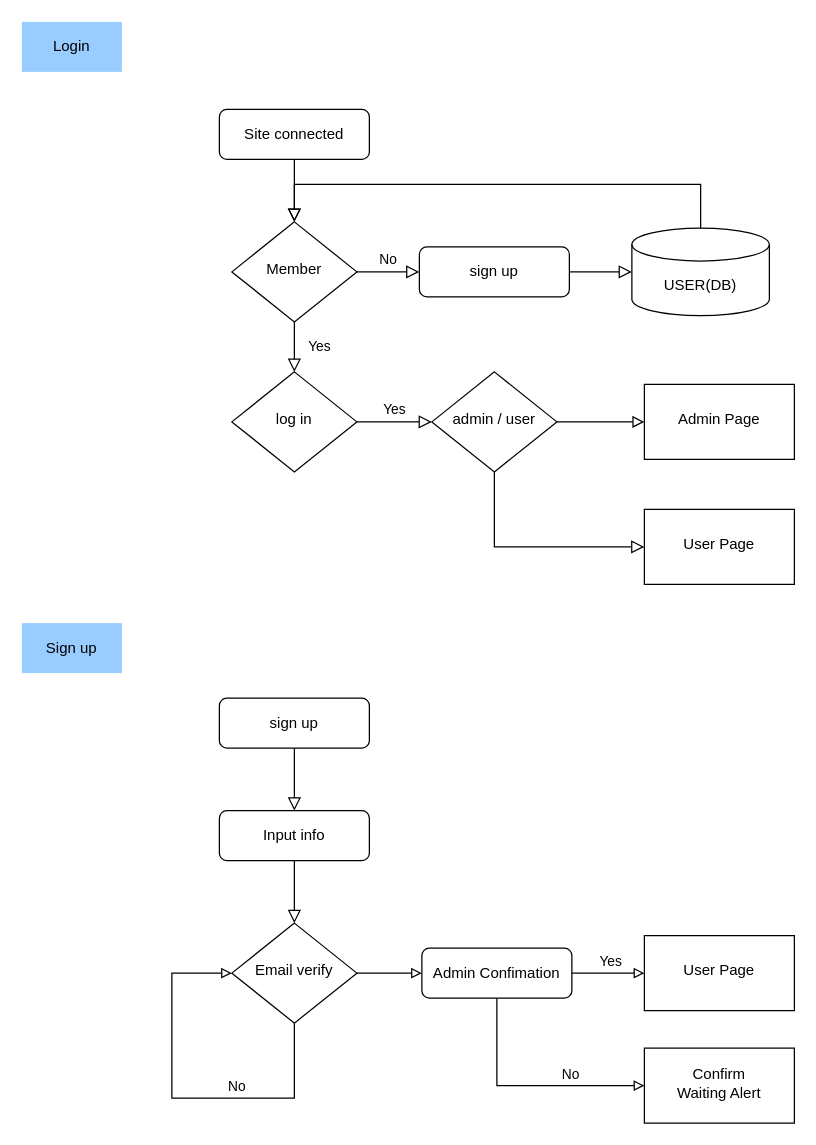
Seonjeongwan/SEONSHINE keeps this draw.io diagram as page "common" (1 of 3) of project_info/Service_flow/service_flow_login.drawio. Above is the earlier version. Source tidied: cells renumbered, new cells numbered last; positions are measured from the earlier drawing's top-left corner, leaving out a move shared by most shapes. Both pictures are drawn from the tidied source at 125%, with x=0, y=0 at pixel (21, 21).
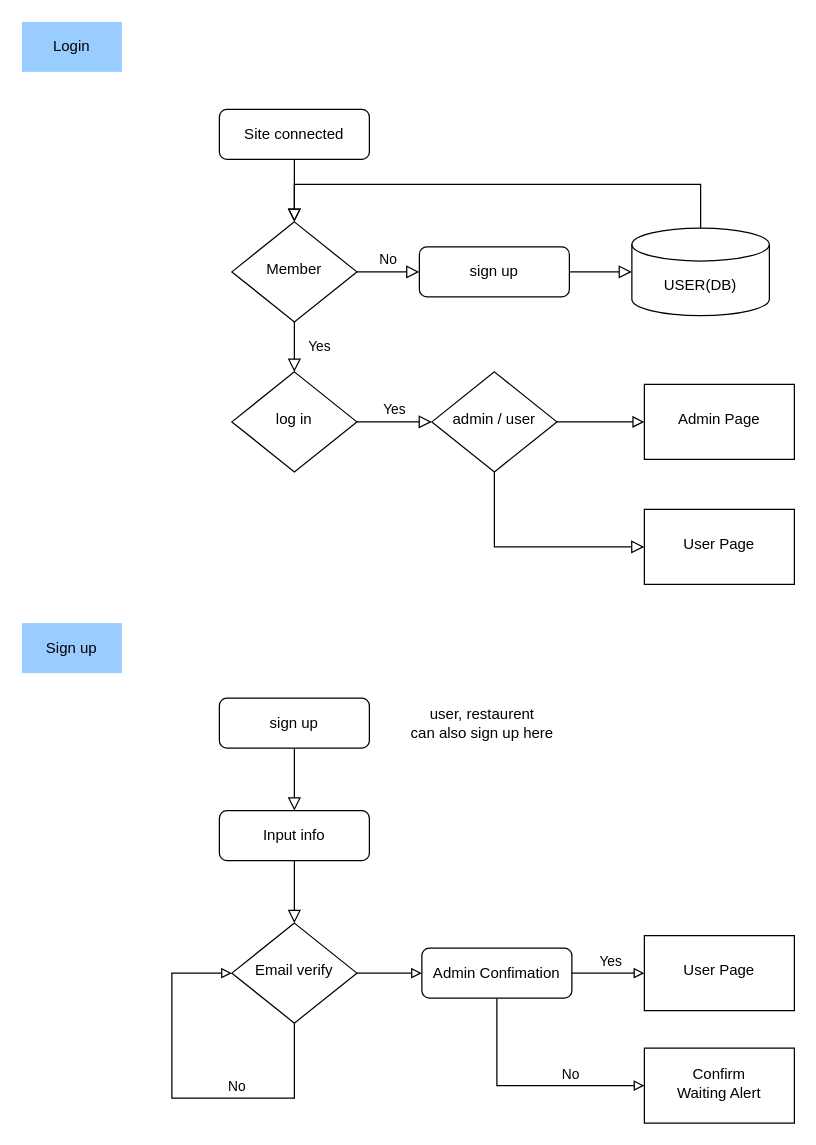
Above is the later version.

Change to the diagram source:
```diff
@@
+    <mxCell id="35" value="user, restaurent &lt;br&gt;can also sign up here" style="text;html=1;align=center;verticalAlign=middle;strokeColor=none;fillColor=none;" parent="1" vertex="1">
+      <mxGeometry x="298" y="541" width="140" height="40" as="geometry" />
+    </mxCell>
```
